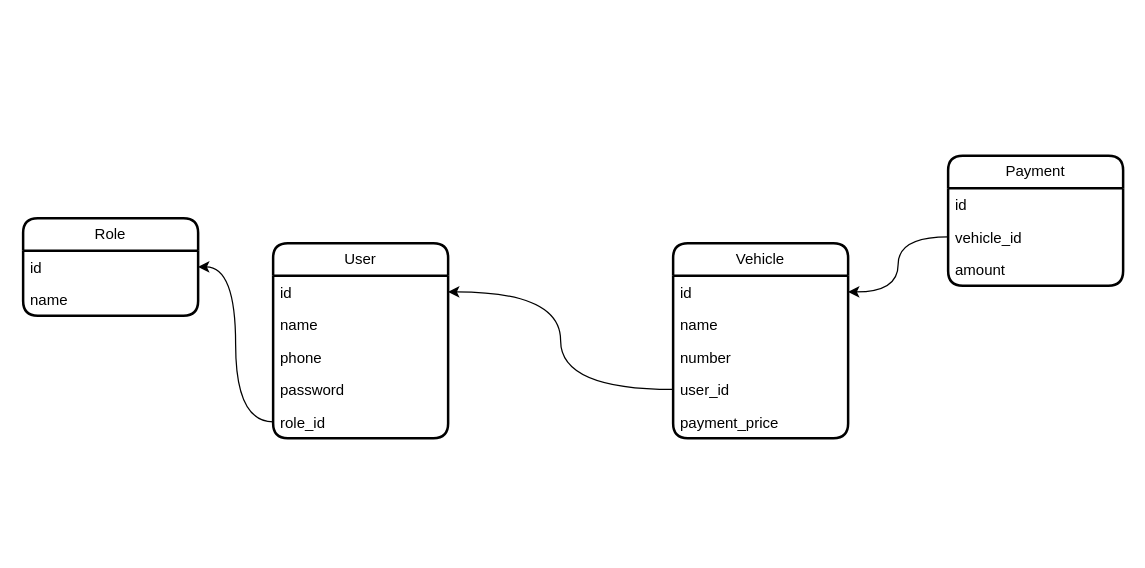
This is page "Страница — 4" (4 of 4) of Karsoft.drawio from iztileuoff/databases, a draw.io file, before an edit. Source tidied: cells renumbered, new cells numbered last; positions are measured from the earlier drawing's top-left corner, leaving out a move shared by most shapes. Both pictures are drawn from the tidied source at 125%, with x=0, y=0 at pixel (22, 155).
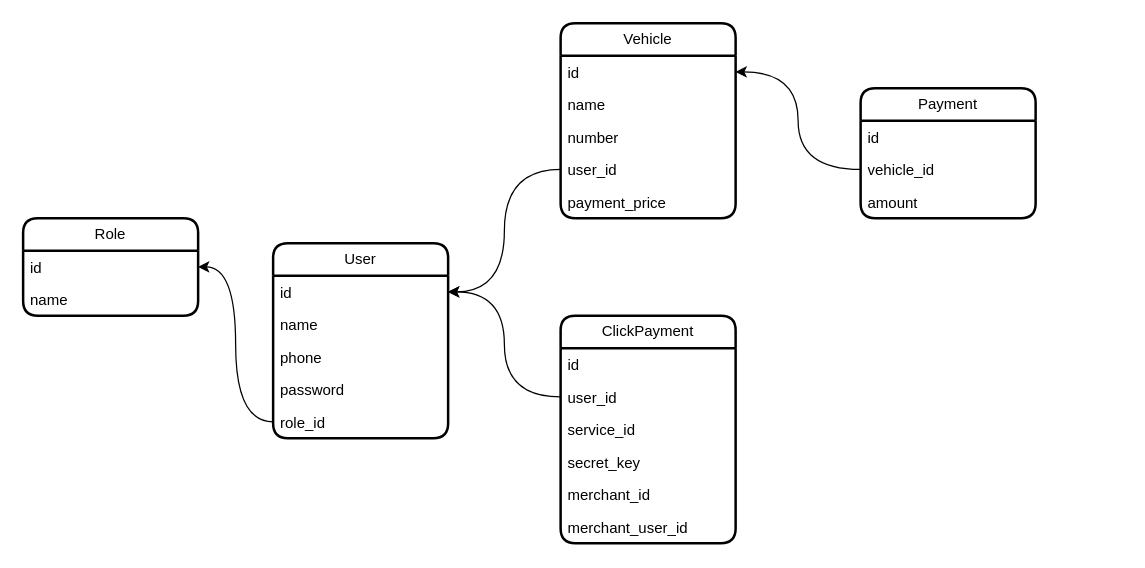
Above is the later version.

Unchanged cells that the change refers to:
```xml
<mxCell id="2" value="User" style="swimlane;fontStyle=0;horizontal=1;startSize=26;fillColor=none;whiteSpace=wrap;html=1;rounded=1;shadow=0;glass=0;strokeWidth=2;" parent="1" vertex="1">
  <mxGeometry x="200" y="70" width="140" height="156" as="geometry" />
</mxCell>
```

What changed in the source:
```diff
@@
     <mxCell id="11" value="Vehicle" style="swimlane;fontStyle=0;horizontal=1;startSize=26;fillColor=none;whiteSpace=wrap;html=1;rounded=1;shadow=0;glass=0;strokeWidth=2;" parent="1" vertex="1">
-      <mxGeometry x="520" y="70" width="140" height="156" as="geometry" />
+      <mxGeometry x="430" y="-106" width="140" height="156" as="geometry" />
     </mxCell>
@@
     <mxCell id="17" value="Payment" style="swimlane;fontStyle=0;horizontal=1;startSize=26;fillColor=none;whiteSpace=wrap;html=1;rounded=1;shadow=0;glass=0;strokeWidth=2;" parent="1" vertex="1">
-      <mxGeometry x="740" width="140" height="104" as="geometry" />
+      <mxGeometry x="670" y="-54" width="140" height="104" as="geometry" />
     </mxCell>
@@
+    <mxCell id="24" value="ClickPayment" style="swimlane;fontStyle=0;horizontal=1;startSize=26;fillColor=none;whiteSpace=wrap;html=1;rounded=1;shadow=0;glass=0;strokeWidth=2;" parent="1" vertex="1">
+      <mxGeometry x="430" y="128" width="140" height="182" as="geometry" />
+    </mxCell>
+    <mxCell id="25" value="id" style="text;strokeColor=none;fillColor=none;align=left;verticalAlign=top;spacingLeft=4;spacingRight=4;overflow=hidden;whiteSpace=wrap;html=1;" parent="24" vertex="1">
+      <mxGeometry y="26" width="140" height="26" as="geometry" />
+    </mxCell>
+    <mxCell id="26" value="user_id" style="text;strokeColor=none;fillColor=none;align=left;verticalAlign=top;spacingLeft=4;spacingRight=4;overflow=hidden;points=[[0,0.5],[1,0.5]];portConstraint=eastwest;whiteSpace=wrap;html=1;" parent="24" vertex="1">
+      <mxGeometry y="52" width="140" height="26" as="geometry" />
+    </mxCell>
+    <mxCell id="27" value="service_id" style="text;strokeColor=none;fillColor=none;align=left;verticalAlign=top;spacingLeft=4;spacingRight=4;overflow=hidden;whiteSpace=wrap;html=1;" parent="24" vertex="1">
+      <mxGeometry y="78" width="140" height="26" as="geometry" />
+    </mxCell>
+    <mxCell id="28" value="secret_key" style="text;strokeColor=none;fillColor=none;align=left;verticalAlign=top;spacingLeft=4;spacingRight=4;overflow=hidden;whiteSpace=wrap;html=1;" parent="24" vertex="1">
+      <mxGeometry y="104" width="140" height="26" as="geometry" />
+    </mxCell>
+    <mxCell id="29" value="merchant_id" style="text;strokeColor=none;fillColor=none;align=left;verticalAlign=top;spacingLeft=4;spacingRight=4;overflow=hidden;whiteSpace=wrap;html=1;" parent="24" vertex="1">
+      <mxGeometry y="130" width="140" height="26" as="geometry" />
+    </mxCell>
+    <mxCell id="30" value="merchant_user_id" style="text;strokeColor=none;fillColor=none;align=left;verticalAlign=top;spacingLeft=4;spacingRight=4;overflow=hidden;whiteSpace=wrap;html=1;" parent="24" vertex="1">
+      <mxGeometry y="156" width="140" height="26" as="geometry" />
+    </mxCell>
+    <mxCell id="31" style="edgeStyle=orthogonalEdgeStyle;rounded=0;jettySize=auto;html=1;entryX=1;entryY=0.25;entryDx=0;entryDy=0;curved=1;" parent="1" edge="1" source="26" target="2">
+      <mxGeometry relative="1" as="geometry" />
+    </mxCell>
```
